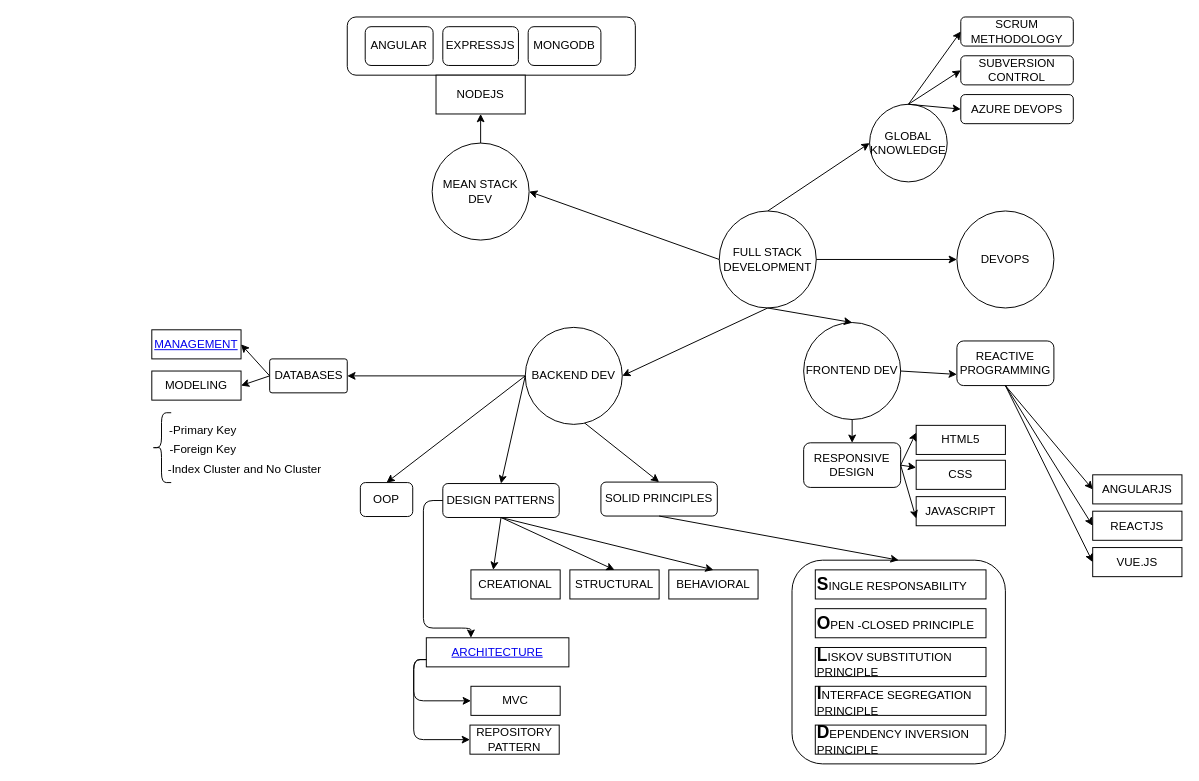
The draw.io diagram Full Stack Development.drawio in ricardojavister/diagram, before the edit. Source tidied: cells renumbered, new cells numbered last; positions are measured from the earlier drawing's top-left corner, leaving out a move shared by most shapes. Both pictures are drawn from the tidied source at 97%, with x=0, y=0 at pixel (151, 16).
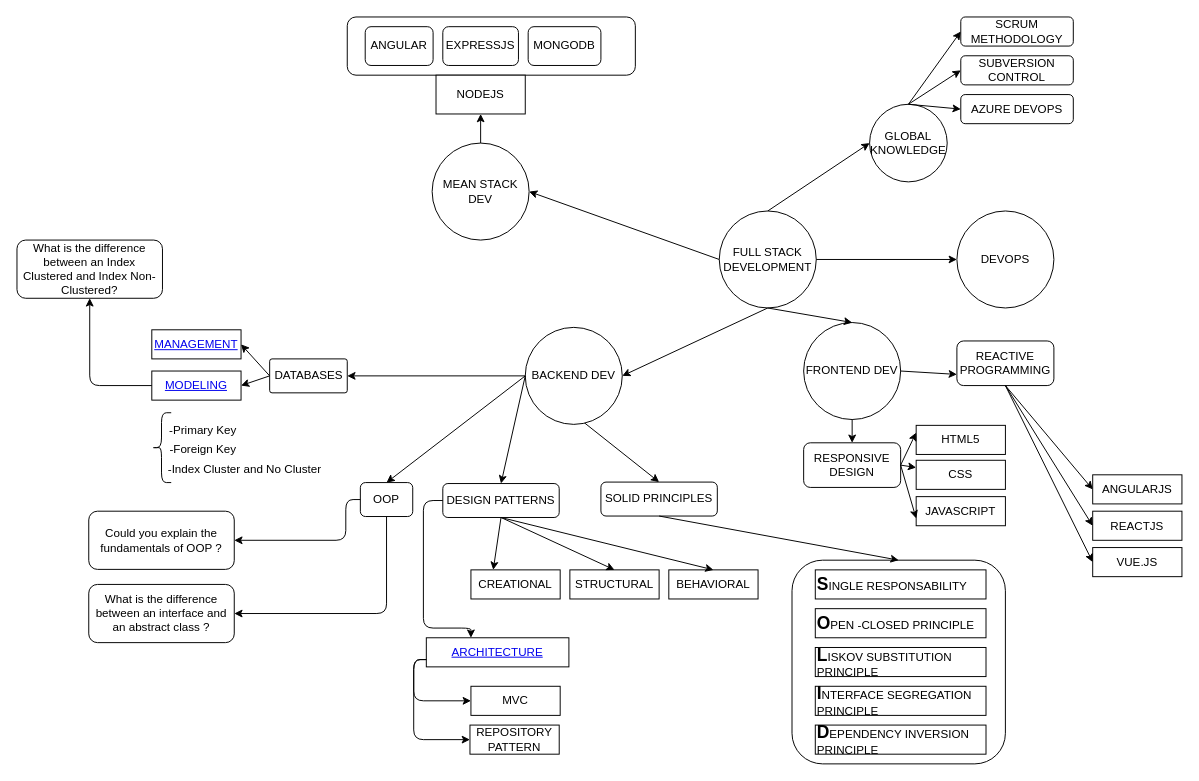
The same diagram, later.

The change refers to these unchanged cells:
```xml
<mxCell id="18" value="OOP" style="rounded=1;whiteSpace=wrap;html=1;" parent="1" vertex="1">
  <mxGeometry x="215" y="480" width="54" height="35" as="geometry" />
</mxCell>
```

What changed in the source:
```diff
@@
-    <mxCell id="44" value="MODELING" style="rounded=0;whiteSpace=wrap;html=1;" parent="1" vertex="1">
+    <mxCell id="44" value="&lt;a href=&quot;http://localhost/commonquestions/index.php?id=1&quot;&gt;MODELING&lt;/a&gt;" style="rounded=0;whiteSpace=wrap;html=1;" parent="1" vertex="1">
       <mxGeometry y="365" width="92" height="30" as="geometry" />
     </mxCell>
@@
+    <mxCell id="76" value="What is the difference between an Index Clustered and Index Non-Clustered?" style="rounded=1;whiteSpace=wrap;html=1;" parent="1" vertex="1">
+      <mxGeometry x="-139" y="230" width="150" height="60" as="geometry" />
+    </mxCell>
+    <mxCell id="77" style="edgeStyle=elbowEdgeStyle;elbow=horizontal;endArrow=classic;html=1;exitX=0;exitY=0.5;exitDx=0;exitDy=0;entryX=0.5;entryY=1;entryDx=0;entryDy=0;" parent="1" edge="1" source="44" target="76">
+      <mxGeometry relative="1" as="geometry">
+        <Array as="points">
+          <mxPoint x="-64" y="330" />
+        </Array>
+      </mxGeometry>
+    </mxCell>
+    <mxCell id="78" value="Could you explain the fundamentals of OOP ?" style="rounded=1;whiteSpace=wrap;html=1;" parent="1" vertex="1">
+      <mxGeometry x="-65" y="509.5" width="150" height="60" as="geometry" />
+    </mxCell>
+    <mxCell id="79" style="edgeStyle=segmentEdgeStyle;endArrow=classic;html=1;exitX=0;exitY=0.5;exitDx=0;exitDy=0;entryX=1;entryY=0.5;entryDx=0;entryDy=0;" parent="1" edge="1" source="18" target="78">
+      <mxGeometry relative="1" as="geometry">
+        <Array as="points">
+          <mxPoint x="200" y="498" />
+          <mxPoint x="200" y="540" />
+        </Array>
+      </mxGeometry>
+    </mxCell>
+    <mxCell id="80" value="What is the difference between an interface and an abstract class ?" style="rounded=1;whiteSpace=wrap;html=1;" parent="1" vertex="1">
+      <mxGeometry x="-65" y="585" width="150" height="60" as="geometry" />
+    </mxCell>
+    <mxCell id="81" style="edgeStyle=elbowEdgeStyle;elbow=horizontal;endArrow=classic;html=1;exitX=0.5;exitY=1;exitDx=0;exitDy=0;entryX=1;entryY=0.5;entryDx=0;entryDy=0;" parent="1" edge="1" source="18" target="80">
+      <mxGeometry relative="1" as="geometry">
+        <Array as="points">
+          <mxPoint x="242" y="580" />
+        </Array>
+      </mxGeometry>
+    </mxCell>
```
